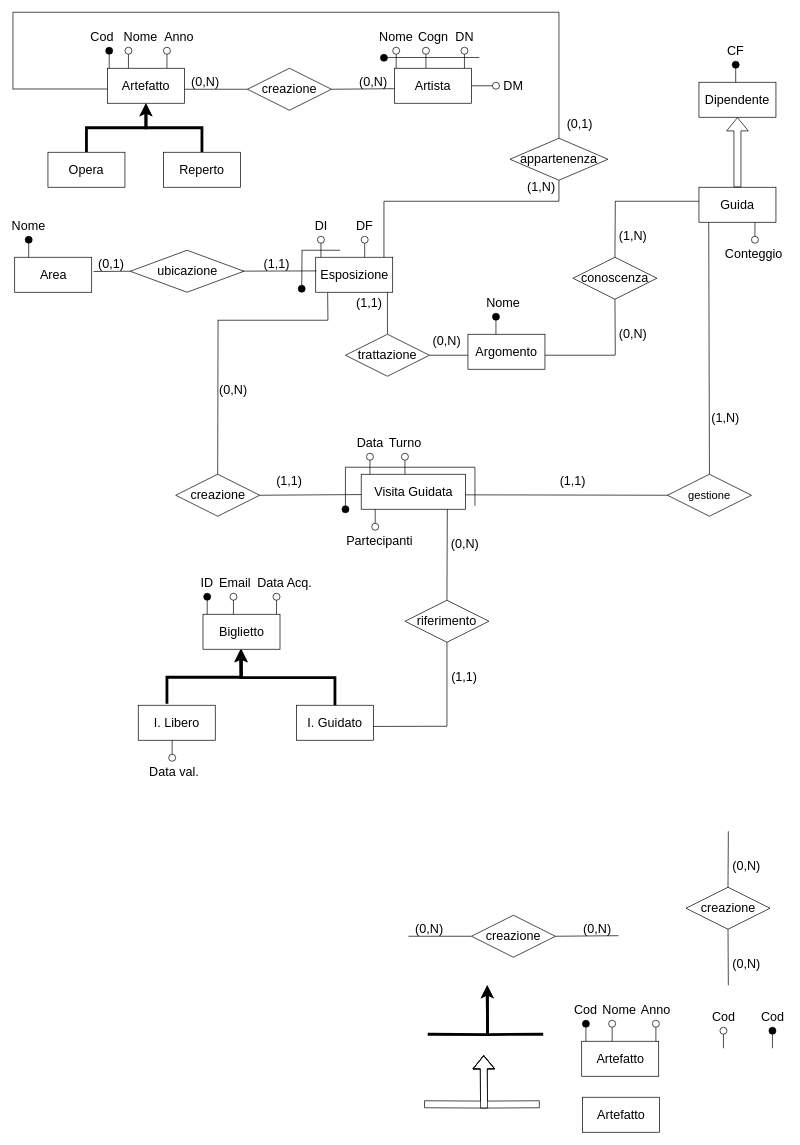
Above: ER.drawio in Chris-Libra-Unipd/ProgettoBasi (draw.io), before the change. Source tidied: cells renumbered, new cells numbered last; positions are measured from the earlier drawing's top-left corner, leaving out a move shared by most shapes. Both pictures are drawn from the tidied source at 70%, with x=0, y=0 at pixel (13, 12).
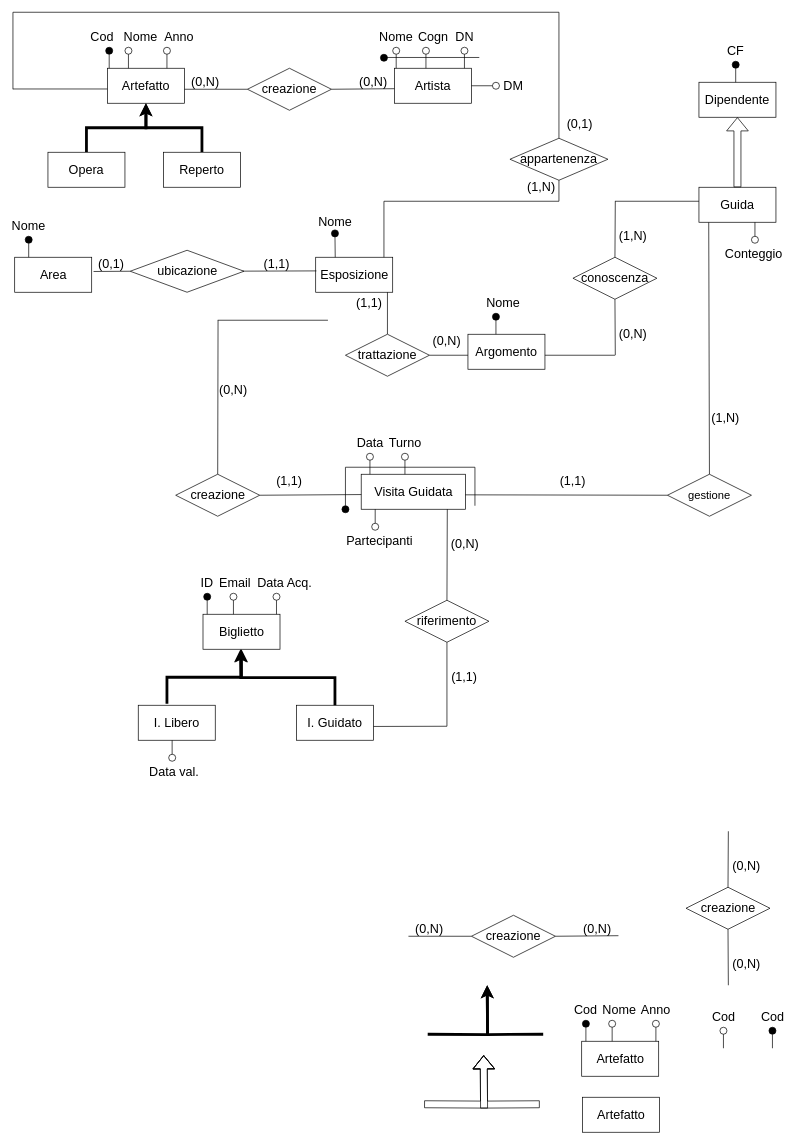
The same diagram, later.

Unchanged cells that the change refers to:
```xml
<mxCell id="70" value="&lt;span style=&quot;font-size: 18px;&quot;&gt;Esposizione&lt;/span&gt;" style="whiteSpace=wrap;html=1;align=center;" parent="1" vertex="1">
  <mxGeometry x="432.5" y="350" width="110" height="50" as="geometry" />
</mxCell>
```

What changed in the source:
```diff
@@
-    <mxCell id="76" style="verticalLabelPosition=bottom;verticalAlign=top;html=1;shape=mxgraph.flowchart.on-page_reference;" parent="1" vertex="1">
-      <mxGeometry x="435" y="320" width="10" height="10" as="geometry" />
-    </mxCell>
-    <mxCell id="77" style="endArrow=none;html=1;rounded=0;entryX=0.5;entryY=1;entryDx=0;entryDy=0;entryPerimeter=0;" parent="1" edge="1" target="76">
-      <mxGeometry relative="1" as="geometry">
-        <mxPoint x="440" y="350" as="sourcePoint" />
-      </mxGeometry>
-    </mxCell>
-    <mxCell id="78" value="&lt;span style=&quot;font-size: 18px;&quot;&gt;DI&lt;/span&gt;" style="text;html=1;align=center;verticalAlign=middle;whiteSpace=wrap;rounded=0;" parent="1" vertex="1">
-      <mxGeometry x="417.5" y="300" width="45" height="10" as="geometry" />
-    </mxCell>
-    <mxCell id="79" style="verticalLabelPosition=bottom;verticalAlign=top;html=1;shape=mxgraph.flowchart.on-page_reference;" parent="1" vertex="1">
-      <mxGeometry x="497.5" y="320" width="10" height="10" as="geometry" />
-    </mxCell>
-    <mxCell id="80" style="endArrow=none;html=1;rounded=0;entryX=0.5;entryY=1;entryDx=0;entryDy=0;entryPerimeter=0;" parent="1" edge="1" target="79">
-      <mxGeometry relative="1" as="geometry">
-        <mxPoint x="502.5" y="350" as="sourcePoint" />
-      </mxGeometry>
-    </mxCell>
-    <mxCell id="81" value="&lt;span style=&quot;font-size: 18px;&quot;&gt;DF&lt;/span&gt;" style="text;html=1;align=center;verticalAlign=middle;whiteSpace=wrap;rounded=0;" parent="1" vertex="1">
-      <mxGeometry x="480" y="300" width="45" height="10" as="geometry" />
-    </mxCell>
-    <mxCell id="82" style="endArrow=none;html=1;rounded=0;" parent="1" edge="1">
-      <mxGeometry relative="1" as="geometry">
-        <mxPoint x="412.5" y="340" as="sourcePoint" />
-        <mxPoint x="467.5" y="340" as="targetPoint" />
-      </mxGeometry>
-    </mxCell>
-    <mxCell id="83" style="endArrow=none;html=1;rounded=0;" parent="1" edge="1" source="84">
+    <mxCell id="83" style="endArrow=none;html=1;rounded=0;entryX=0.617;entryY=-0.019;entryDx=0;entryDy=0;entryPerimeter=0;" parent="1" edge="1" source="84">
       <mxGeometry relative="1" as="geometry">
-        <mxPoint x="413" y="340" as="targetPoint" />
+        <mxPoint x="460.4" y="350" as="targetPoint" />
       </mxGeometry>
     </mxCell>
     <mxCell id="84" style="verticalLabelPosition=bottom;verticalAlign=top;html=1;shape=mxgraph.flowchart.on-page_reference;fillColor=#000000;" parent="1" vertex="1">
-      <mxGeometry x="407.5" y="390" width="10" height="10" as="geometry" />
+      <mxGeometry x="455" y="310.9" width="10" height="10" as="geometry" />
     </mxCell>
@@
-    <mxCell id="148" style="endArrow=none;html=1;rounded=0;entryX=0.155;entryY=1.01;entryDx=0;entryDy=0;entryPerimeter=0;" parent="1" edge="1" target="70">
-      <mxGeometry relative="1" as="geometry">
-        <mxPoint x="450" y="440" as="sourcePoint" />
-      </mxGeometry>
-    </mxCell>
@@
+    <mxCell id="177" value="&lt;font style=&quot;font-size: 18px;&quot;&gt;Nome&lt;/font&gt;" style="text;html=1;align=center;verticalAlign=middle;strokeColor=none;fillColor=none;" parent="1" vertex="1">
+      <mxGeometry x="425" y="280" width="70" height="40" as="geometry" />
+    </mxCell>
```
